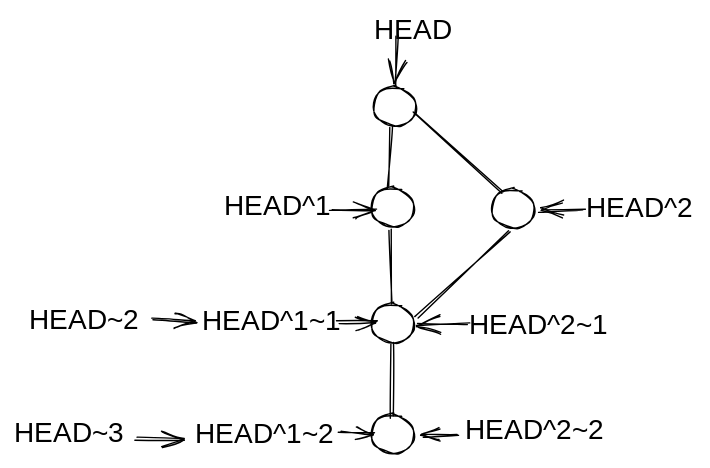
The Excalidraw diagram techreference/.gitbook/assets/file.excalidraw (2).svg in biggiebk/pub-git-books, before a commit. Source tidied: one line per element, renumbered; positions are measured from the earlier drawing's top-left corner, leaving out a move shared by most shapes.
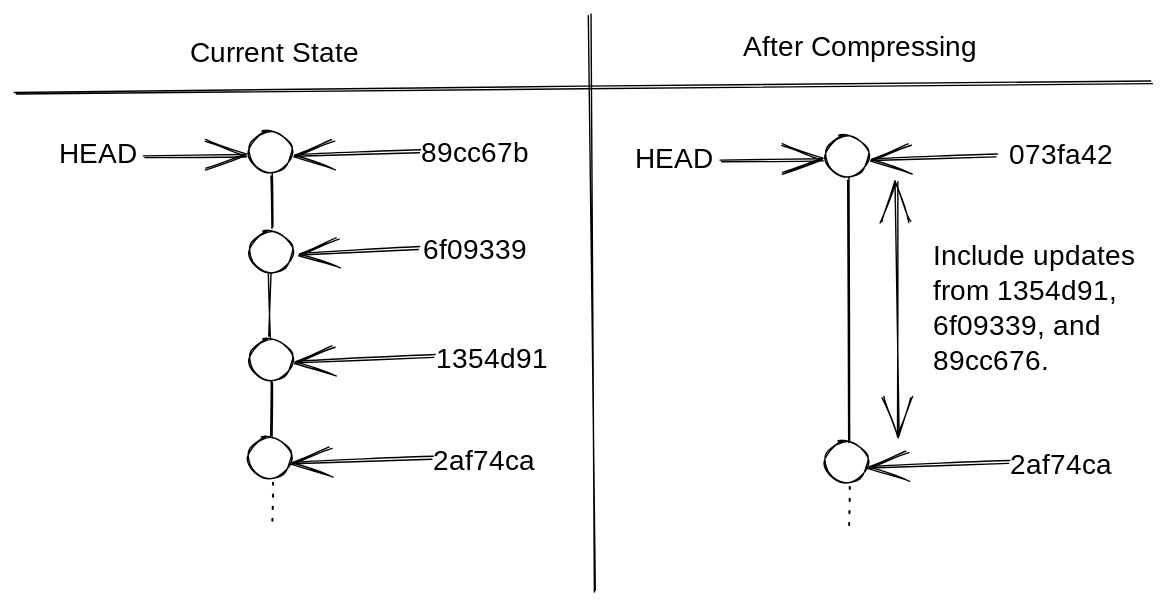
After the commit.

The edit, as a diff of the source:
```diff
@@ -1,28 +1,34 @@
-{"id": 0, "type": "ellipse", "strokeColor": "#000000", "strokeWidth": 1, "roughness": 1, "round": true, "x": 257, "y": 52, "width": 31, "height": 28}
-{"id": 1, "type": "ellipse", "strokeColor": "#000000", "strokeWidth": 1, "roughness": 1, "round": true, "x": 255, "y": 124, "width": 31, "height": 28}
-{"id": 2, "type": "ellipse", "strokeColor": "#000000", "strokeWidth": 1, "roughness": 1, "round": true, "x": 255, "y": 207, "width": 31, "height": 28}
-{"id": 3, "type": "ellipse", "strokeColor": "#000000", "strokeWidth": 1, "roughness": 1, "round": true, "x": 341, "y": 125, "width": 31, "height": 28}
-{"id": 4, "type": "ellipse", "strokeColor": "#000000", "strokeWidth": 1, "roughness": 1, "round": true, "x": 255, "y": 286, "width": 31, "height": 28}
-{"id": 5, "type": "line", "strokeColor": "#000000", "strokeWidth": 1, "roughness": 1, "round": true, "x": 269, "y": 81, "width": 1, "height": 42, "points": [[0, 0], [-1, 42]]}
-{"id": 6, "type": "line", "strokeColor": "#000000", "strokeWidth": 1, "roughness": 1, "round": true, "x": 286, "y": 70, "width": 63, "height": 57, "points": [[0, 0], [63, 57]]}
-{"id": 7, "type": "line", "strokeColor": "#000000", "strokeWidth": 1, "roughness": 1, "round": true, "x": 354, "y": 155, "width": 67, "height": 62, "points": [[0, 0], [-67, 62]]}
-{"id": 8, "type": "line", "strokeColor": "#000000", "strokeWidth": 1, "roughness": 1, "round": true, "x": 269, "y": 154, "width": 0, "height": 53, "points": [[0, 0], [0, 53]]}
-{"id": 9, "type": "line", "strokeColor": "#000000", "strokeWidth": 1, "roughness": 1, "round": true, "x": 270, "y": 236, "width": 0, "height": 52, "points": [[0, 0], [0, 52]]}
-{"id": 10, "type": "text", "text": "HEAD^2", "strokeColor": "#000000", "strokeWidth": 1, "roughness": 1, "fontSize": 20, "fontFamily": 1, "x": 409, "y": 127, "width": 78, "height": 25}
-{"id": 11, "type": "arrow", "strokeColor": "#000000", "strokeWidth": 1, "roughness": 1, "endArrowhead": "arrow", "round": true, "from": 10, "to": 3, "x": 407, "y": 139, "width": 31, "height": 2, "points": [[0, 0], [-31, 2]]}
-{"id": 12, "type": "text", "text": "HEAD", "strokeColor": "#000000", "strokeWidth": 1, "roughness": 1, "fontSize": 20, "fontFamily": 1, "x": 257, "y": 0, "width": 53, "height": 25}
-{"id": 13, "type": "text", "text": "HEAD^1", "strokeColor": "#000000", "strokeWidth": 1, "roughness": 1, "fontSize": 20, "fontFamily": 1, "x": 150, "y": 126, "width": 70, "height": 25}
-{"id": 14, "type": "text", "text": "HEAD^1~1", "strokeColor": "#000000", "strokeWidth": 1, "roughness": 1, "fontSize": 20, "fontFamily": 1, "x": 134, "y": 208, "width": 92, "height": 25}
-{"id": 15, "type": "text", "text": "HEAD^2~1", "strokeColor": "#000000", "strokeWidth": 1, "roughness": 1, "fontSize": 20, "fontFamily": 1, "x": 325, "y": 210, "width": 101, "height": 25}
-{"id": 16, "type": "text", "text": "HEAD^1~2", "strokeColor": "#000000", "strokeWidth": 1, "roughness": 1, "fontSize": 20, "fontFamily": 1, "x": 129, "y": 288, "width": 101, "height": 25}
-{"id": 17, "type": "text", "text": "HEAD^2~2", "strokeColor": "#000000", "strokeWidth": 1, "roughness": 1, "fontSize": 20, "fontFamily": 1, "x": 322, "y": 286, "width": 109, "height": 25}
-{"id": 18, "type": "arrow", "strokeColor": "#000000", "strokeWidth": 1, "roughness": 1, "endArrowhead": "arrow", "round": true, "to": 0, "x": 274, "y": 15, "width": 2, "height": 36, "points": [[0, 0], [-2, 36]]}
-{"id": 19, "type": "arrow", "strokeColor": "#000000", "strokeWidth": 1, "roughness": 1, "endArrowhead": "arrow", "round": true, "from": 13, "x": 226, "y": 139, "width": 33, "height": 1, "points": [[0, 0], [33, 1]]}
-{"id": 20, "type": "arrow", "strokeColor": "#000000", "strokeWidth": 1, "roughness": 1, "endArrowhead": "arrow", "round": true, "from": 14, "x": 231, "y": 220, "width": 28, "height": 0, "points": [[0, 0], [28, 0]]}
-{"id": 21, "type": "arrow", "strokeColor": "#000000", "strokeWidth": 1, "roughness": 1, "endArrowhead": "arrow", "round": true, "from": 16, "x": 232, "y": 298, "width": 26, "height": 1, "points": [[0, 0], [26, 1]]}
-{"id": 22, "type": "arrow", "strokeColor": "#000000", "strokeWidth": 1, "roughness": 1, "endArrowhead": "arrow", "round": true, "from": 15, "to": 2, "x": 325, "y": 222, "width": 37, "height": 1, "points": [[0, 0], [-37, -1]]}
-{"id": 23, "type": "arrow", "strokeColor": "#000000", "strokeWidth": 1, "roughness": 1, "endArrowhead": "arrow", "round": true, "from": 17, "to": 4, "x": 317, "y": 300, "width": 25, "height": 2, "points": [[0, 0], [-25, 2]]}
-{"id": 24, "type": "text", "text": "HEAD~2", "strokeColor": "#000000", "strokeWidth": 1, "roughness": 1, "fontSize": 20, "fontFamily": 1, "x": 10, "y": 207, "width": 84, "height": 25}
-{"id": 25, "type": "text", "text": "HEAD~3", "strokeColor": "#000000", "strokeWidth": 1, "roughness": 1, "fontSize": 20, "fontFamily": 1, "x": 0, "y": 288, "width": 84, "height": 25}
-{"id": 26, "type": "arrow", "strokeColor": "#000000", "strokeWidth": 1, "roughness": 1, "endArrowhead": "arrow", "round": true, "from": 24, "to": 14, "x": 98, "y": 219, "width": 31, "height": 1, "points": [[0, 0], [31, 1]]}
-{"id": 27, "type": "arrow", "strokeColor": "#000000", "strokeWidth": 1, "roughness": 1, "endArrowhead": "arrow", "round": true, "from": 25, "to": 16, "x": 88, "y": 303, "width": 32, "height": 0, "points": [[0, 0], [32, 0]]}
+{"id": 28, "type": "ellipse", "strokeColor": "#000000", "strokeWidth": 1, "roughness": 1, "round": true, "x": -3, "y": 74, "width": 31, "height": 29}
+{"id": 29, "type": "ellipse", "strokeColor": "#000000", "strokeWidth": 1, "roughness": 1, "round": true, "x": -3, "y": 145, "width": 31, "height": 29}
+{"id": 30, "type": "ellipse", "strokeColor": "#000000", "strokeWidth": 1, "roughness": 1, "round": true, "x": -3, "y": 222, "width": 31, "height": 29}
+{"id": 31, "type": "ellipse", "strokeColor": "#000000", "strokeWidth": 1, "roughness": 1, "round": true, "x": -4, "y": 292, "width": 31, "height": 29}
+{"id": 32, "type": "line", "strokeColor": "#000000", "strokeWidth": 1, "roughness": 1, "round": true, "x": 13, "y": 105, "width": 1, "height": 38, "points": [[0, 0], [1, 38]]}
+{"id": 33, "type": "line", "strokeColor": "#000000", "strokeWidth": 1, "roughness": 1, "round": true, "x": 12, "y": 175, "width": 1, "height": 47, "points": [[0, 0], [1, 47]]}
+{"id": 34, "type": "line", "strokeColor": "#000000", "strokeWidth": 1, "roughness": 1, "round": true, "x": 13, "y": 253, "width": 1, "height": 39, "points": [[0, 0], [1, 39]]}
+{"id": 35, "type": "line", "strokeColor": "#000000", "strokeWidth": 1, "strokeStyle": "dotted", "roughness": 1, "round": true, "x": 14, "y": 324, "width": 1, "height": 31, "points": [[0, 0], [-1, 31]]}
+{"id": 36, "type": "text", "text": "89cc67b", "strokeColor": "#000000", "strokeWidth": 1, "strokeStyle": "dotted", "roughness": 1, "fontSize": 20, "fontFamily": 1, "x": 120, "y": 78, "width": 81, "height": 25}
+{"id": 37, "type": "text", "text": "6f09339", "strokeColor": "#000000", "strokeWidth": 1, "strokeStyle": "dotted", "roughness": 1, "fontSize": 20, "fontFamily": 1, "x": 122, "y": 147, "width": 88, "height": 25}
+{"id": 38, "type": "text", "text": "1354d91", "strokeColor": "#000000", "strokeWidth": 1, "strokeStyle": "dotted", "roughness": 1, "fontSize": 20, "fontFamily": 1, "x": 131, "y": 225, "width": 73, "height": 25}
+{"id": 39, "type": "text", "text": "2af74ca", "strokeColor": "#000000", "strokeWidth": 1, "strokeStyle": "dotted", "roughness": 1, "fontSize": 20, "fontFamily": 1, "x": 129, "y": 298, "width": 84, "height": 25}
+{"id": 40, "type": "arrow", "strokeColor": "#000000", "strokeWidth": 1, "roughness": 1, "endArrowhead": "arrow", "round": true, "from": 36, "to": 28, "x": 119, "y": 88, "width": 87, "height": 3, "points": [[0, 0], [-87, 3]]}
+{"id": 41, "type": "arrow", "strokeColor": "#000000", "strokeWidth": 1, "roughness": 1, "endArrowhead": "arrow", "round": true, "from": 37, "to": 29, "x": 118, "y": 157, "width": 83, "height": 5, "points": [[0, 0], [-83, 5]]}
+{"id": 42, "type": "arrow", "strokeColor": "#000000", "strokeWidth": 1, "roughness": 1, "endArrowhead": "arrow", "round": true, "from": 38, "to": 30, "x": 129, "y": 234, "width": 97, "height": 5, "points": [[0, 0], [-97, 5]]}
+{"id": 43, "type": "arrow", "strokeColor": "#000000", "strokeWidth": 1, "roughness": 1, "endArrowhead": "arrow", "round": true, "from": 39, "to": 31, "x": 128, "y": 307, "width": 98, "height": 4, "points": [[0, 0], [-98, 4]]}
+{"id": 44, "type": "text", "text": "HEAD", "strokeColor": "#000000", "strokeWidth": 1, "roughness": 1, "fontSize": 20, "fontFamily": 1, "x": -139, "y": 78, "width": 53, "height": 25}
+{"id": 45, "type": "arrow", "strokeColor": "#000000", "strokeWidth": 1, "roughness": 1, "endArrowhead": "arrow", "round": true, "from": 44, "to": 28, "x": -78, "y": 92, "width": 73, "height": 2, "points": [[0, 0], [73, -2]]}
+{"id": 46, "type": "line", "strokeColor": "#000000", "strokeWidth": 1, "roughness": 1, "round": true, "x": -169, "y": 47, "width": 812, "height": 8, "points": [[0, 0], [812, -8]]}
+{"id": 47, "type": "line", "strokeColor": "#000000", "strokeWidth": 1, "roughness": 1, "round": true, "x": 240, "y": -9, "width": 4, "height": 411, "points": [[0, 0], [4, 411]]}
+{"id": 48, "type": "text", "text": "Current State", "strokeColor": "#000000", "strokeWidth": 1, "roughness": 1, "fontSize": 20, "fontFamily": 1, "x": -45, "y": 6, "width": 142, "height": 25}
+{"id": 49, "type": "text", "text": "After Compressing", "strokeColor": "#000000", "strokeWidth": 1, "roughness": 1, "fontSize": 20, "fontFamily": 1, "x": 350, "y": 2, "width": 175, "height": 25}
+{"id": 50, "type": "ellipse", "strokeColor": "#000000", "strokeWidth": 1, "roughness": 1, "round": true, "x": 409, "y": 77, "width": 31, "height": 29}
+{"id": 51, "type": "ellipse", "strokeColor": "#000000", "strokeWidth": 1, "roughness": 1, "round": true, "x": 408, "y": 295, "width": 31, "height": 29}
+{"id": 52, "type": "line", "strokeColor": "#000000", "strokeWidth": 1, "roughness": 1, "round": true, "x": 425, "y": 108, "width": 1, "height": 188, "points": [[0, 0], [1, 188]]}
+{"id": 53, "type": "line", "strokeColor": "#000000", "strokeWidth": 1, "strokeStyle": "dotted", "roughness": 1, "round": true, "x": 426, "y": 327, "width": 1, "height": 31, "points": [[0, 0], [-1, 31]]}
+{"id": 54, "type": "text", "text": "2af74ca", "strokeColor": "#000000", "strokeWidth": 1, "strokeStyle": "dotted", "roughness": 1, "fontSize": 20, "fontFamily": 1, "x": 541, "y": 301, "width": 84, "height": 25}
+{"id": 55, "type": "arrow", "strokeColor": "#000000", "strokeWidth": 1, "roughness": 1, "endArrowhead": "arrow", "round": true, "from": 59, "to": 50, "x": 531, "y": 91, "width": 87, "height": 3, "points": [[0, 0], [-87, 3]]}
+{"id": 56, "type": "arrow", "strokeColor": "#000000", "strokeWidth": 1, "roughness": 1, "endArrowhead": "arrow", "round": true, "from": 54, "to": 51, "x": 540, "y": 310, "width": 98, "height": 4, "points": [[0, 0], [-98, 4]]}
+{"id": 57, "type": "text", "text": "HEAD", "strokeColor": "#000000", "strokeWidth": 1, "roughness": 1, "fontSize": 20, "fontFamily": 1, "x": 273, "y": 82, "width": 53, "height": 25}
+{"id": 58, "type": "arrow", "strokeColor": "#000000", "strokeWidth": 1, "roughness": 1, "endArrowhead": "arrow", "round": true, "from": 57, "to": 50, "x": 334, "y": 96, "width": 73, "height": 2, "points": [[0, 0], [73, -2]]}
+{"id": 59, "type": "text", "text": "073fa42", "strokeColor": "#000000", "strokeWidth": 1, "roughness": 1, "fontSize": 20, "fontFamily": 1, "x": 540, "y": 79, "width": 88, "height": 25}
+{"id": 60, "type": "arrow", "strokeColor": "#000000", "strokeWidth": 1, "roughness": 1, "startArrowhead": "arrow", "endArrowhead": "arrow", "round": true, "x": 459, "y": 110, "width": 3, "height": 181, "points": [[0, 0], [3, 181]]}
+{"id": 61, "type": "text", "text": "Include updates\nfrom 1354d91, \n6f09339, and\n89cc676.", "strokeColor": "#000000", "strokeWidth": 1, "roughness": 1, "fontSize": 20, "fontFamily": 1, "x": 486, "y": 151, "width": 158, "height": 100}
```
